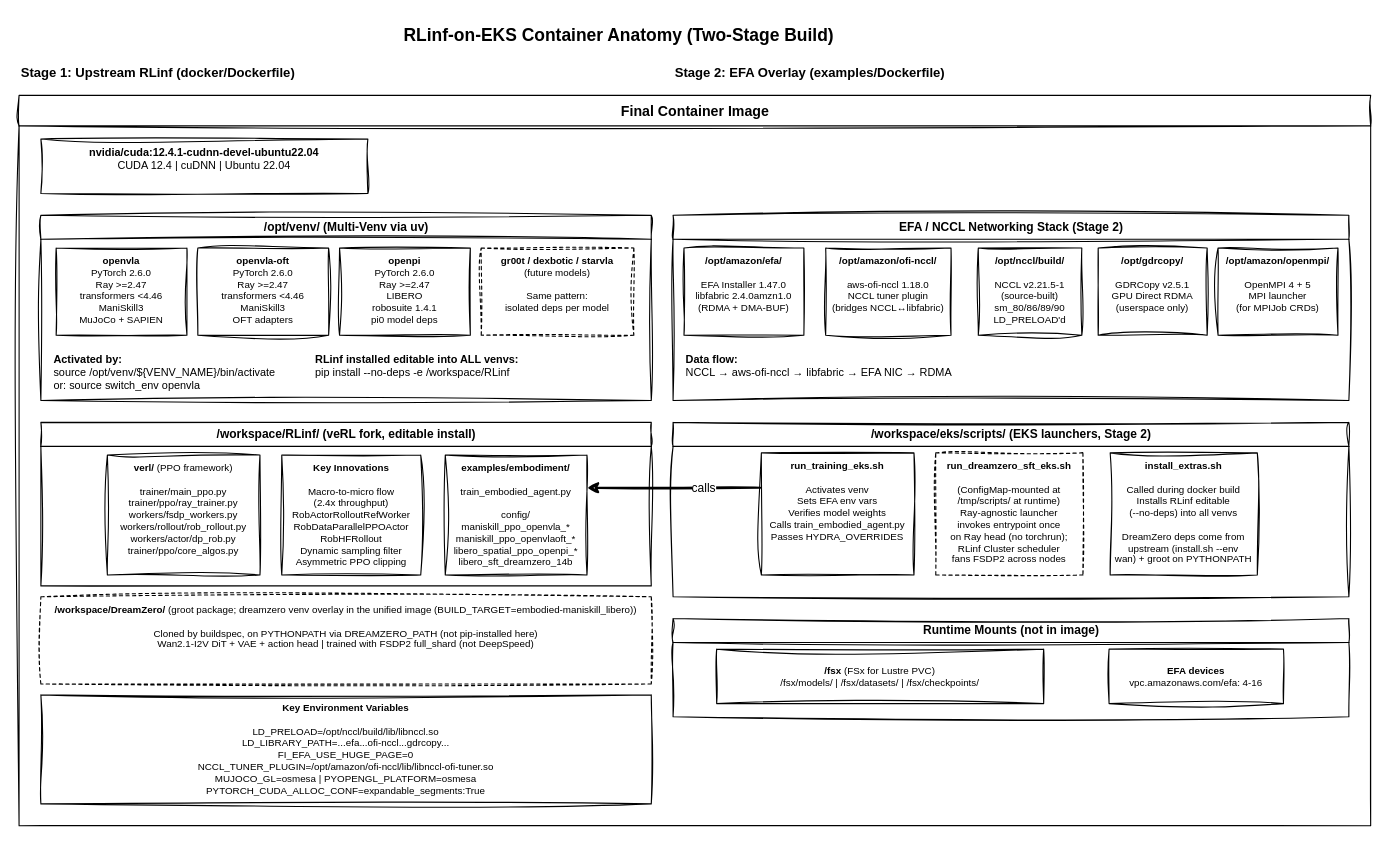
Above: examples/diagrams/container-anatomy.drawio in aws-samples/sample-rlinf-on-eks (draw.io), before the change. Source tidied: cells renumbered, new cells numbered last; positions are measured from the earlier drawing's top-left corner, leaving out a move shared by most shapes. Both pictures are drawn from the tidied source at 109%, with x=0, y=0 at pixel (19, 19).
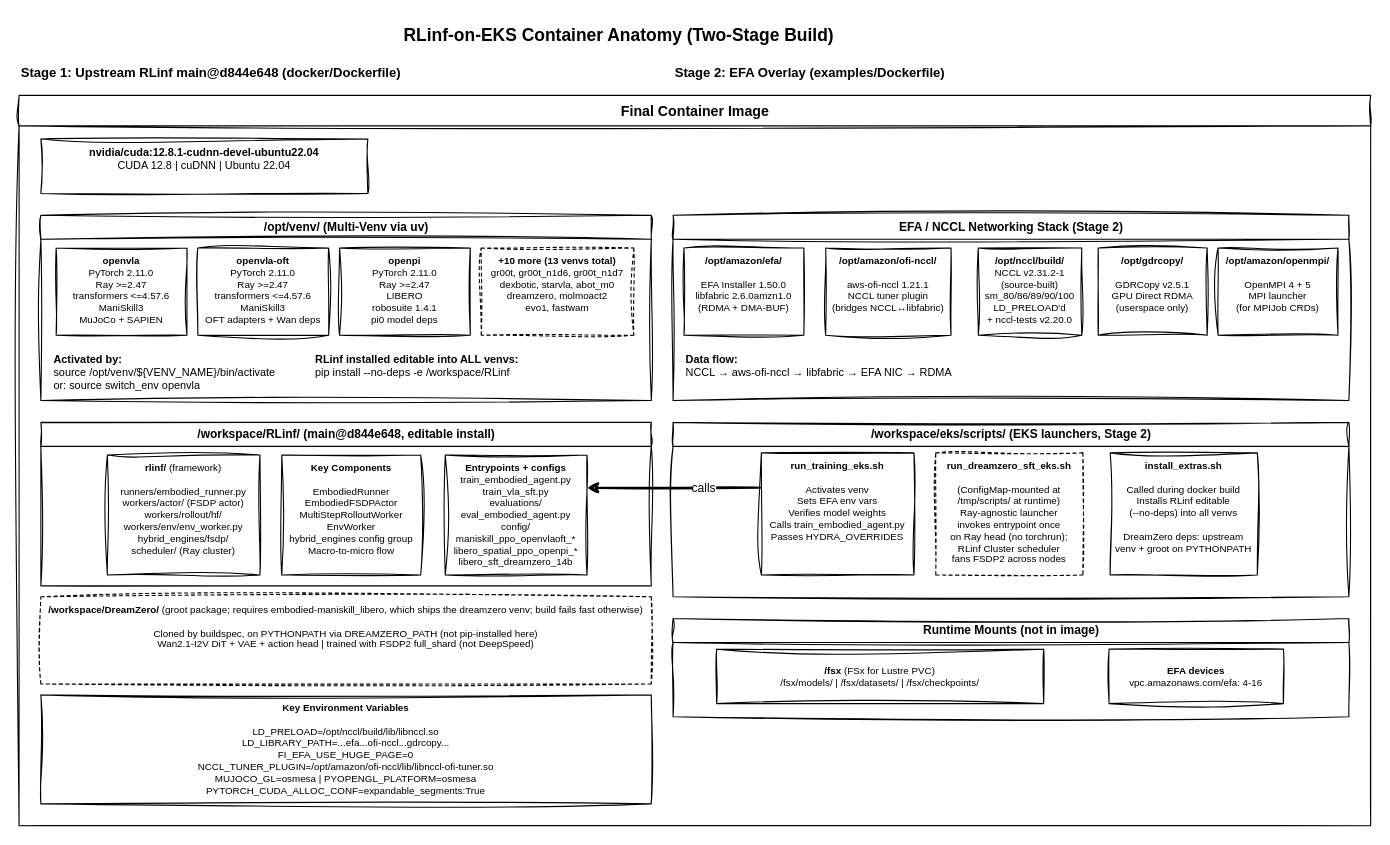
Above is the later version.

The change refers to these unchanged cells:
```xml
<mxCell id="5" value="Final Container Image" style="swimlane;startSize=28;html=1;fontSize=13;fontStyle=1;rounded=0;arcSize=4;labelBackgroundColor=none;sketch=1;curveFitting=1;jiggle=2;" parent="1" vertex="1">
  <mxGeometry y="70" width="1240" height="670" as="geometry" />
</mxCell>
<mxCell id="7" value="/opt/venv/ (Multi-Venv via uv)" style="swimlane;startSize=22;html=1;fontSize=11;fontStyle=1;rounded=0;labelBackgroundColor=none;sketch=1;curveFitting=1;jiggle=2;" parent="5" vertex="1">
  <mxGeometry x="20" y="110" width="560" height="170" as="geometry" />
</mxCell>
<mxCell id="19" value="EFA / NCCL Networking Stack (Stage 2)" style="swimlane;startSize=22;html=1;fontSize=11;fontStyle=1;rounded=0;labelBackgroundColor=none;sketch=1;curveFitting=1;jiggle=2;" parent="5" vertex="1">
  <mxGeometry x="600" y="110" width="620" height="170" as="geometry" />
</mxCell>
<mxCell id="26" value="/workspace/eks/scripts/ (EKS launchers, Stage 2)" style="swimlane;startSize=22;html=1;fontSize=11;fontStyle=1;rounded=0;labelBackgroundColor=none;sketch=1;curveFitting=1;jiggle=2;" parent="5" vertex="1">
  <mxGeometry x="600" y="300" width="620" height="160" as="geometry" />
</mxCell>
```

What changed in the source:
```diff
@@
-    <mxCell id="3" value="Stage 1: Upstream RLinf (docker/Dockerfile)" style="text;html=1;align=left;verticalAlign=middle;fontSize=12;fontStyle=1;rounded=0;labelBackgroundColor=none;sketch=1;curveFitting=1;jiggle=2;" parent="1" vertex="1">
+    <mxCell id="3" value="Stage 1: Upstream RLinf main@d844e648 (docker/Dockerfile)" style="text;html=1;align=left;verticalAlign=middle;fontSize=12;fontStyle=1;rounded=0;labelBackgroundColor=none;sketch=1;curveFitting=1;jiggle=2;" parent="1" vertex="1">
       <mxGeometry y="40" width="350" height="20" as="geometry" />
     </mxCell>
@@
-    <mxCell id="6" value="&lt;b&gt;nvidia/cuda:12.4.1-cudnn-devel-ubuntu22.04&lt;/b&gt;&lt;br&gt;CUDA 12.4 | cuDNN | Ubuntu 22.04" style="rounded=0;whiteSpace=wrap;html=1;fontSize=10;verticalAlign=top;labelBackgroundColor=none;sketch=1;curveFitting=1;jiggle=2;" parent="5" vertex="1">
+    <mxCell id="6" value="&lt;b&gt;nvidia/cuda:12.8.1-cudnn-devel-ubuntu22.04&lt;/b&gt;&lt;br&gt;CUDA 12.8 | cuDNN | Ubuntu 22.04" style="rounded=0;whiteSpace=wrap;html=1;fontSize=10;verticalAlign=top;labelBackgroundColor=none;sketch=1;curveFitting=1;jiggle=2;" parent="5" vertex="1">
       <mxGeometry x="20" y="40" width="300" height="50" as="geometry" />
     </mxCell>
@@
-    <mxCell id="8" value="&lt;b&gt;openvla&lt;/b&gt;&lt;br&gt;PyTorch 2.6.0&lt;br&gt;Ray &gt;=2.47&lt;br&gt;transformers &lt;4.46&lt;br&gt;ManiSkill3&lt;br&gt;MuJoCo + SAPIEN" style="rounded=0;whiteSpace=wrap;html=1;fontSize=9;verticalAlign=top;labelBackgroundColor=none;sketch=1;curveFitting=1;jiggle=2;" parent="7" vertex="1">
+    <mxCell id="8" value="&lt;b&gt;openvla&lt;/b&gt;&lt;br&gt;PyTorch 2.11.0&lt;br&gt;Ray &gt;=2.47&lt;br&gt;transformers &lt;=4.57.6&lt;br&gt;ManiSkill3&lt;br&gt;MuJoCo + SAPIEN" style="rounded=0;whiteSpace=wrap;html=1;fontSize=9;verticalAlign=top;labelBackgroundColor=none;sketch=1;curveFitting=1;jiggle=2;" parent="7" vertex="1">
       <mxGeometry x="14" y="30" width="120" height="80" as="geometry" />
     </mxCell>
-    <mxCell id="9" value="&lt;b&gt;openvla-oft&lt;/b&gt;&lt;br&gt;PyTorch 2.6.0&lt;br&gt;Ray &gt;=2.47&lt;br&gt;transformers &lt;4.46&lt;br&gt;ManiSkill3&lt;br&gt;OFT adapters" style="rounded=0;whiteSpace=wrap;html=1;fontSize=9;verticalAlign=top;labelBackgroundColor=none;sketch=1;curveFitting=1;jiggle=2;" parent="7" vertex="1">
+    <mxCell id="9" value="&lt;b&gt;openvla-oft&lt;/b&gt;&lt;br&gt;PyTorch 2.11.0&lt;br&gt;Ray &gt;=2.47&lt;br&gt;transformers &lt;=4.57.6&lt;br&gt;ManiSkill3&lt;br&gt;OFT adapters + Wan deps" style="rounded=0;whiteSpace=wrap;html=1;fontSize=9;verticalAlign=top;labelBackgroundColor=none;sketch=1;curveFitting=1;jiggle=2;" parent="7" vertex="1">
       <mxGeometry x="144" y="30" width="120" height="80" as="geometry" />
     </mxCell>
-    <mxCell id="10" value="&lt;b&gt;openpi&lt;/b&gt;&lt;br&gt;PyTorch 2.6.0&lt;br&gt;Ray &gt;=2.47&lt;br&gt;LIBERO&lt;br&gt;robosuite 1.4.1&lt;br&gt;pi0 model deps" style="rounded=0;whiteSpace=wrap;html=1;fontSize=9;verticalAlign=top;labelBackgroundColor=none;sketch=1;curveFitting=1;jiggle=2;" parent="7" vertex="1">
+    <mxCell id="10" value="&lt;b&gt;openpi&lt;/b&gt;&lt;br&gt;PyTorch 2.11.0&lt;br&gt;Ray &gt;=2.47&lt;br&gt;LIBERO&lt;br&gt;robosuite 1.4.1&lt;br&gt;pi0 model deps" style="rounded=0;whiteSpace=wrap;html=1;fontSize=9;verticalAlign=top;labelBackgroundColor=none;sketch=1;curveFitting=1;jiggle=2;" parent="7" vertex="1">
       <mxGeometry x="274" y="30" width="120" height="80" as="geometry" />
     </mxCell>
-    <mxCell id="11" value="&lt;b&gt;gr00t / dexbotic / starvla&lt;/b&gt;&lt;br&gt;(future models)&lt;br&gt;&lt;br&gt;Same pattern:&lt;br&gt;isolated deps per model" style="rounded=0;whiteSpace=wrap;html=1;fontSize=9;verticalAlign=top;dashed=1;labelBackgroundColor=none;sketch=1;curveFitting=1;jiggle=2;" parent="7" vertex="1">
+    <mxCell id="11" value="&lt;b&gt;+10 more (13 venvs total)&lt;/b&gt;&lt;br&gt;gr00t, gr00t_n1d6, gr00t_n1d7&lt;br&gt;dexbotic, starvla, abot_m0&lt;br&gt;dreamzero, molmoact2&lt;br&gt;evo1, fastwam" style="rounded=0;whiteSpace=wrap;html=1;fontSize=9;verticalAlign=top;dashed=1;labelBackgroundColor=none;sketch=1;curveFitting=1;jiggle=2;" parent="7" vertex="1">
       <mxGeometry x="404" y="30" width="140" height="80" as="geometry" />
     </mxCell>
@@
-    <mxCell id="14" value="/workspace/RLinf/ (veRL fork, editable install)" style="swimlane;startSize=22;html=1;fontSize=11;fontStyle=1;rounded=0;labelBackgroundColor=none;sketch=1;curveFitting=1;jiggle=2;" parent="5" vertex="1">
+    <mxCell id="14" value="/workspace/RLinf/ (main@d844e648, editable install)" style="swimlane;startSize=22;html=1;fontSize=11;fontStyle=1;rounded=0;labelBackgroundColor=none;sketch=1;curveFitting=1;jiggle=2;" parent="5" vertex="1">
       <mxGeometry x="20" y="300" width="560" height="150" as="geometry" />
     </mxCell>
-    <mxCell id="15" value="&lt;b&gt;verl/&lt;/b&gt; (PPO framework)&lt;br&gt;&lt;br&gt;trainer/main_ppo.py&lt;br&gt;trainer/ppo/ray_trainer.py&lt;br&gt;workers/fsdp_workers.py&lt;br&gt;workers/rollout/rob_rollout.py&lt;br&gt;workers/actor/dp_rob.py&lt;br&gt;trainer/ppo/core_algos.py" style="rounded=0;whiteSpace=wrap;html=1;fontSize=9;verticalAlign=top;labelBackgroundColor=none;sketch=1;curveFitting=1;jiggle=2;" parent="14" vertex="1">
+    <mxCell id="15" value="&lt;b&gt;rlinf/&lt;/b&gt; (framework)&lt;br&gt;&lt;br&gt;runners/embodied_runner.py&lt;br&gt;workers/actor/ (FSDP actor)&lt;br&gt;workers/rollout/hf/&lt;br&gt;workers/env/env_worker.py&lt;br&gt;hybrid_engines/fsdp/&lt;br&gt;scheduler/ (Ray cluster)" style="rounded=0;whiteSpace=wrap;html=1;fontSize=9;verticalAlign=top;labelBackgroundColor=none;sketch=1;curveFitting=1;jiggle=2;" parent="14" vertex="1">
       <mxGeometry x="61" y="30" width="140" height="110" as="geometry" />
     </mxCell>
-    <mxCell id="16" value="&lt;b&gt;examples/embodiment/&lt;/b&gt;&lt;br&gt;&lt;br&gt;train_embodied_agent.py&lt;br&gt;&lt;br&gt;config/&lt;br&gt;  maniskill_ppo_openvla_*&lt;br&gt;  maniskill_ppo_openvlaoft_*&lt;br&gt;  libero_spatial_ppo_openpi_*&lt;br&gt;  libero_sft_dreamzero_14b" style="rounded=0;whiteSpace=wrap;html=1;fontSize=9;verticalAlign=top;labelBackgroundColor=none;sketch=1;curveFitting=1;jiggle=2;" parent="14" vertex="1">
+    <mxCell id="16" value="&lt;b&gt;Entrypoints + configs&lt;/b&gt;&lt;br&gt;train_embodied_agent.py&lt;br&gt;train_vla_sft.py&lt;br&gt;evaluations/&lt;br&gt;  eval_embodied_agent.py&lt;br&gt;config/&lt;br&gt;  maniskill_ppo_openvlaoft_*&lt;br&gt;  libero_spatial_ppo_openpi_*&lt;br&gt;  libero_sft_dreamzero_14b" style="rounded=0;whiteSpace=wrap;html=1;fontSize=9;verticalAlign=top;labelBackgroundColor=none;sketch=1;curveFitting=1;jiggle=2;" parent="14" vertex="1">
       <mxGeometry x="371" y="30" width="130" height="110" as="geometry" />
     </mxCell>
-    <mxCell id="17" value="&lt;b&gt;Key Innovations&lt;/b&gt;&lt;br&gt;&lt;br&gt;Macro-to-micro flow&lt;br&gt;(2.4x throughput)&lt;br&gt;RobActorRolloutRefWorker&lt;br&gt;RobDataParallelPPOActor&lt;br&gt;RobHFRollout&lt;br&gt;Dynamic sampling filter&lt;br&gt;Asymmetric PPO clipping" style="rounded=0;whiteSpace=wrap;html=1;fontSize=9;verticalAlign=top;labelBackgroundColor=none;sketch=1;curveFitting=1;jiggle=2;" parent="14" vertex="1">
+    <mxCell id="17" value="&lt;b&gt;Key Components&lt;/b&gt;&lt;br&gt;&lt;br&gt;EmbodiedRunner&lt;br&gt;EmbodiedFSDPActor&lt;br&gt;MultiStepRolloutWorker&lt;br&gt;EnvWorker&lt;br&gt;hybrid_engines config group&lt;br&gt;Macro-to-micro flow" style="rounded=0;whiteSpace=wrap;html=1;fontSize=9;verticalAlign=top;labelBackgroundColor=none;sketch=1;curveFitting=1;jiggle=2;" parent="14" vertex="1">
       <mxGeometry x="221" y="30" width="127.5" height="110" as="geometry" />
     </mxCell>
-    <mxCell id="18" value="&lt;b&gt;/workspace/DreamZero/&lt;/b&gt; (groot package; dreamzero venv overlay in the unified image (BUILD_TARGET=embodied-maniskill_libero))&lt;br&gt;&lt;br&gt;Cloned by buildspec, on PYTHONPATH via DREAMZERO_PATH (not pip-installed here)&lt;br&gt;Wan2.1-I2V DiT + VAE + action head | trained with FSDP2 full_shard (not DeepSpeed)" style="rounded=0;whiteSpace=wrap;html=1;fontSize=9;verticalAlign=top;dashed=1;labelBackgroundColor=none;sketch=1;curveFitting=1;jiggle=2;" parent="5" vertex="1">
+    <mxCell id="18" value="&lt;b&gt;/workspace/DreamZero/&lt;/b&gt; (groot package; requires embodied-maniskill_libero, which ships the dreamzero venv; build fails fast otherwise)&lt;br&gt;&lt;br&gt;Cloned by buildspec, on PYTHONPATH via DREAMZERO_PATH (not pip-installed here)&lt;br&gt;Wan2.1-I2V DiT + VAE + action head | trained with FSDP2 full_shard (not DeepSpeed)" style="rounded=0;whiteSpace=wrap;html=1;fontSize=9;verticalAlign=top;dashed=1;labelBackgroundColor=none;sketch=1;curveFitting=1;jiggle=2;" parent="5" vertex="1">
       <mxGeometry x="20" y="460" width="560" height="80" as="geometry" />
     </mxCell>
@@
-    <mxCell id="20" value="&lt;b&gt;/opt/amazon/efa/&lt;/b&gt;&lt;br&gt;&lt;br&gt;EFA Installer 1.47.0&lt;br&gt;libfabric 2.4.0amzn1.0&lt;br&gt;(RDMA + DMA-BUF)" style="rounded=0;whiteSpace=wrap;html=1;fontSize=9;verticalAlign=top;labelBackgroundColor=none;sketch=1;curveFitting=1;jiggle=2;" parent="19" vertex="1">
+    <mxCell id="20" value="&lt;b&gt;/opt/amazon/efa/&lt;/b&gt;&lt;br&gt;&lt;br&gt;EFA Installer 1.50.0&lt;br&gt;libfabric 2.6.0amzn1.0&lt;br&gt;(RDMA + DMA-BUF)" style="rounded=0;whiteSpace=wrap;html=1;fontSize=9;verticalAlign=top;labelBackgroundColor=none;sketch=1;curveFitting=1;jiggle=2;" parent="19" vertex="1">
       <mxGeometry x="10" y="30" width="110" height="80" as="geometry" />
     </mxCell>
-    <mxCell id="21" value="&lt;b&gt;/opt/amazon/ofi-nccl/&lt;/b&gt;&lt;br&gt;&lt;br&gt;aws-ofi-nccl 1.18.0&lt;br&gt;NCCL tuner plugin&lt;br&gt;(bridges NCCL↔libfabric)" style="rounded=0;whiteSpace=wrap;html=1;fontSize=9;verticalAlign=top;labelBackgroundColor=none;sketch=1;curveFitting=1;jiggle=2;" parent="19" vertex="1">
+    <mxCell id="21" value="&lt;b&gt;/opt/amazon/ofi-nccl/&lt;/b&gt;&lt;br&gt;&lt;br&gt;aws-ofi-nccl 1.21.1&lt;br&gt;NCCL tuner plugin&lt;br&gt;(bridges NCCL↔libfabric)" style="rounded=0;whiteSpace=wrap;html=1;fontSize=9;verticalAlign=top;labelBackgroundColor=none;sketch=1;curveFitting=1;jiggle=2;" parent="19" vertex="1">
       <mxGeometry x="140" y="30" width="115" height="80" as="geometry" />
     </mxCell>
-    <mxCell id="22" value="&lt;b&gt;/opt/nccl/build/&lt;/b&gt;&lt;br&gt;&lt;br&gt;NCCL v2.21.5-1&lt;br&gt;(source-built)&lt;br&gt;sm_80/86/89/90&lt;br&gt;LD_PRELOAD'd" style="rounded=0;whiteSpace=wrap;html=1;fontSize=9;verticalAlign=top;labelBackgroundColor=none;sketch=1;curveFitting=1;jiggle=2;" parent="19" vertex="1">
+    <mxCell id="22" value="&lt;b&gt;/opt/nccl/build/&lt;/b&gt;&lt;br&gt;NCCL v2.31.2-1&lt;br&gt;(source-built)&lt;br&gt;sm_80/86/89/90/100&lt;br&gt;LD_PRELOAD'd&lt;br&gt;+ nccl-tests v2.20.0" style="rounded=0;whiteSpace=wrap;html=1;fontSize=9;verticalAlign=top;labelBackgroundColor=none;sketch=1;curveFitting=1;jiggle=2;" parent="19" vertex="1">
       <mxGeometry x="280" y="30" width="95" height="80" as="geometry" />
     </mxCell>
@@
-    <mxCell id="29" value="&lt;b&gt;install_extras.sh&lt;/b&gt;&lt;br&gt;&lt;br&gt;Called during docker build&lt;br&gt;Installs RLinf editable&lt;br&gt;(--no-deps) into all venvs&lt;br&gt;&lt;br&gt;DreamZero deps come from&lt;br&gt;upstream (install.sh --env&lt;br&gt;wan) + groot on PYTHONPATH" style="rounded=0;whiteSpace=wrap;html=1;fontSize=9;verticalAlign=top;labelBackgroundColor=none;sketch=1;curveFitting=1;jiggle=2;" parent="26" vertex="1">
+    <mxCell id="29" value="&lt;b&gt;install_extras.sh&lt;/b&gt;&lt;br&gt;&lt;br&gt;Called during docker build&lt;br&gt;Installs RLinf editable&lt;br&gt;(--no-deps) into all venvs&lt;br&gt;&lt;br&gt;DreamZero deps: upstream&lt;br&gt;venv + groot on PYTHONPATH" style="rounded=0;whiteSpace=wrap;html=1;fontSize=9;verticalAlign=top;labelBackgroundColor=none;sketch=1;curveFitting=1;jiggle=2;" parent="26" vertex="1">
       <mxGeometry x="401" y="28" width="135" height="112" as="geometry" />
     </mxCell>
```
